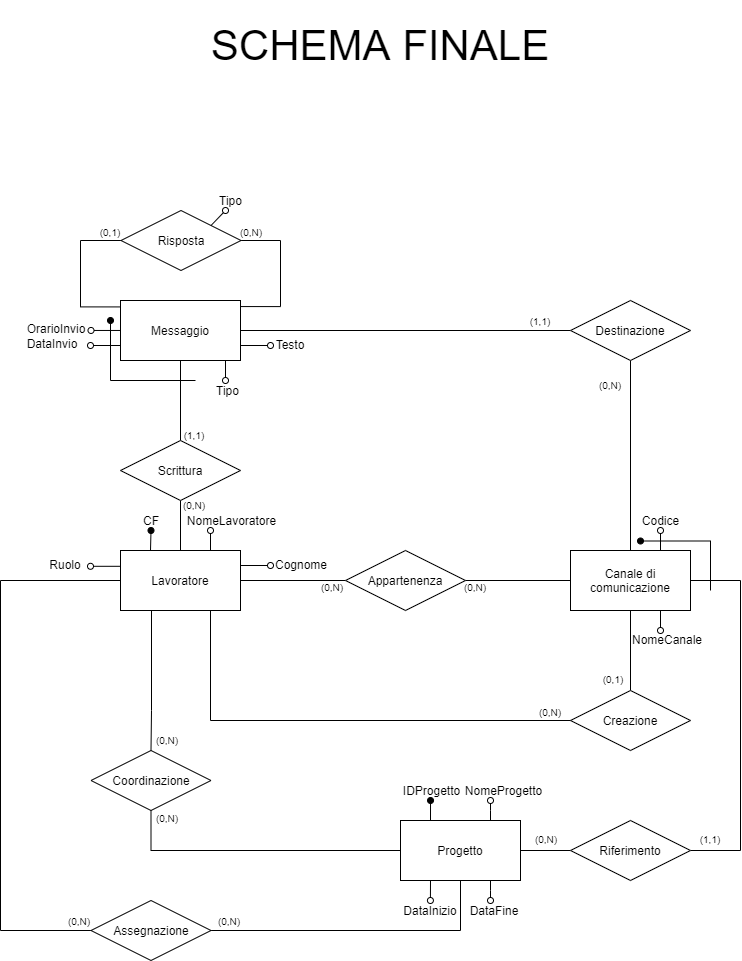
martafra/BD-Chat-Multicanale keeps this draw.io diagram as Relazione/Schema ER/ristrutturato-schema-finale.png. Above is the earlier version. Source tidied: cells renumbered, new cells last; positions are measured from the earlier drawing's top-left corner, leaving out a move shared by most shapes.
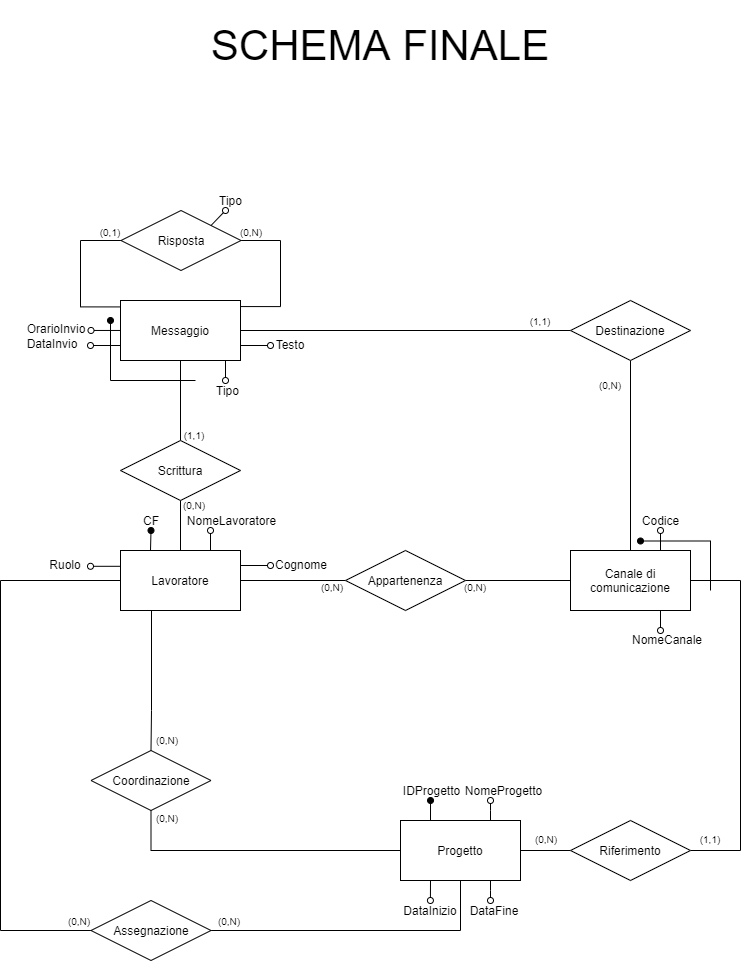
After the change.

Commit message:
rimozione dalla progettazione della relazione "creazione" relativa ai canali di comunicazione

What changed in the source:
```diff
@@ -8,12 +8,6 @@
     <mxCell id="3" style="edgeStyle=orthogonalEdgeStyle;rounded=0;jettySize=auto;html=1;entryX=0;entryY=0.5;entryDx=0;entryDy=0;endArrow=none;endFill=0;exitX=1;exitY=0.5;exitDx=0;exitDy=0;" parent="1" edge="1" source="25" target="17">
       <mxGeometry relative="1" as="geometry" />
     </mxCell>
-    <mxCell id="4" style="edgeStyle=orthogonalEdgeStyle;rounded=0;jettySize=auto;html=1;exitX=0.5;exitY=0;exitDx=0;exitDy=0;entryX=0.5;entryY=1;entryDx=0;entryDy=0;endArrow=none;endFill=0;" parent="1" edge="1" source="5" target="8">
-      <mxGeometry relative="1" as="geometry" />
-    </mxCell>
-    <mxCell id="5" value="Creazione" style="shape=rhombus;perimeter=rhombusPerimeter;whiteSpace=wrap;html=1;align=center;" parent="1" vertex="1">
-      <mxGeometry x="570" y="690" width="120" height="60" as="geometry" />
-    </mxCell>
     <mxCell id="6" style="edgeStyle=orthogonalEdgeStyle;rounded=0;jettySize=auto;html=1;exitX=0.75;exitY=0;exitDx=0;exitDy=0;endArrow=oval;endFill=0;" parent="1" edge="1" source="8">
       <mxGeometry relative="1" as="geometry">
         <mxPoint x="660" y="530" as="targetPoint" />
@@ -96,9 +90,6 @@
     <mxCell id="25" value="Lavoratore" style="rounded=0;whiteSpace=wrap;html=1;" parent="1" vertex="1">
       <mxGeometry x="120" y="550" width="120" height="60" as="geometry" />
     </mxCell>
-    <mxCell id="26" style="edgeStyle=orthogonalEdgeStyle;rounded=0;jettySize=auto;html=1;exitX=0.75;exitY=1;exitDx=0;exitDy=0;entryX=0;entryY=0.5;entryDx=0;entryDy=0;endArrow=none;endFill=0;" parent="1" edge="1" source="25" target="5">
-      <mxGeometry relative="1" as="geometry" />
-    </mxCell>
     <mxCell id="27" style="edgeStyle=orthogonalEdgeStyle;rounded=0;jettySize=auto;html=1;exitX=0.25;exitY=1;exitDx=0;exitDy=0;entryX=0.5;entryY=0;entryDx=0;entryDy=0;endArrow=none;endFill=0;" parent="1" edge="1" source="25" target="35">
       <mxGeometry relative="1" as="geometry">
         <Array as="points">
@@ -250,12 +241,6 @@
     <mxCell id="61" value="(0,N)" style="text;html=1;strokeColor=none;fillColor=none;align=center;verticalAlign=middle;whiteSpace=wrap;rounded=0;fontSize=10;" parent="1" vertex="1">
       <mxGeometry x="465" y="582" width="20" height="10" as="geometry" />
     </mxCell>
-    <mxCell id="62" value="(0,N)" style="text;html=1;strokeColor=none;fillColor=none;align=center;verticalAlign=middle;whiteSpace=wrap;rounded=0;fontSize=10;" parent="1" vertex="1">
-      <mxGeometry x="540" y="707" width="20" height="10" as="geometry" />
-    </mxCell>
-    <mxCell id="63" value="(0,1)" style="text;html=1;strokeColor=none;fillColor=none;align=center;verticalAlign=middle;whiteSpace=wrap;rounded=0;fontSize=10;" parent="1" vertex="1">
-      <mxGeometry x="603" y="674" width="20" height="10" as="geometry" />
-    </mxCell>
     <mxCell id="64" value="(0,N)" style="text;html=1;strokeColor=none;fillColor=none;align=center;verticalAlign=middle;whiteSpace=wrap;rounded=0;fontSize=10;" parent="1" vertex="1">
       <mxGeometry x="218.5" y="916" width="20" height="10" as="geometry" />
     </mxCell>
```
